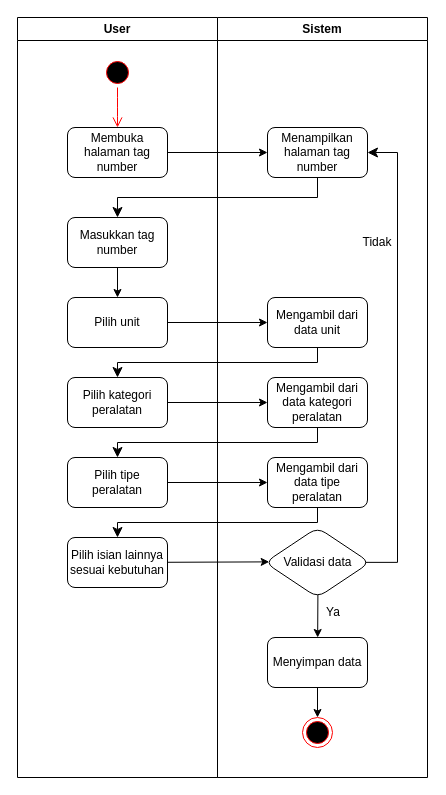
The draw.io diagram DOKUMENTASI IDMS/tag number/tambahtagnumber.drawio in rismanrhz/idms, before the edit. Source tidied: cells renumbered, new cells numbered last; positions are measured from the earlier drawing's top-left corner, leaving out a move shared by most shapes. Both pictures are drawn from the tidied source at 100%, with x=0, y=0 at pixel (17, 17).
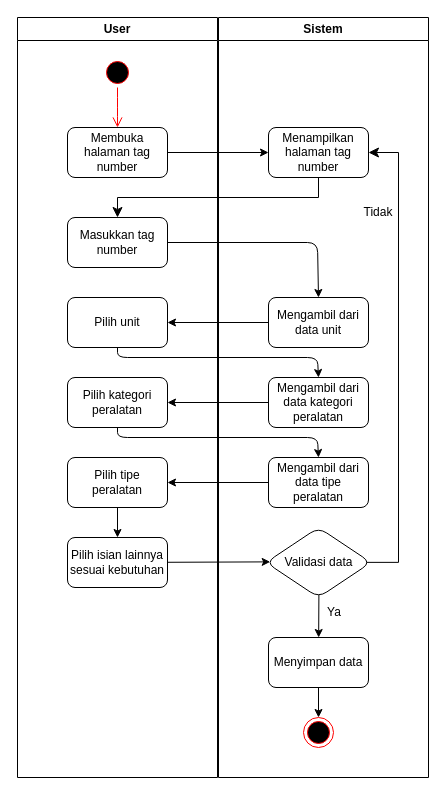
After the change.

The change refers to these unchanged cells:
```xml
<mxCell id="2" value="User" style="swimlane;whiteSpace=wrap;html=1;" parent="1" vertex="1">
  <mxGeometry width="200" height="760" as="geometry" />
</mxCell>
<mxCell id="7" value="Masukkan tag number" style="rounded=1;whiteSpace=wrap;html=1;" parent="2" vertex="1">
  <mxGeometry x="50" y="200" width="100" height="50" as="geometry" />
</mxCell>
<mxCell id="8" value="Pilih unit" style="rounded=1;whiteSpace=wrap;html=1;" parent="2" vertex="1">
  <mxGeometry x="50" y="280" width="100" height="50" as="geometry" />
</mxCell>
<mxCell id="9" value="Pilih kategori peralatan" style="rounded=1;whiteSpace=wrap;html=1;" parent="2" vertex="1">
  <mxGeometry x="50" y="360" width="100" height="50" as="geometry" />
</mxCell>
<mxCell id="10" value="Pilih tipe peralatan" style="rounded=1;whiteSpace=wrap;html=1;" parent="2" vertex="1">
  <mxGeometry x="50" y="440" width="100" height="50" as="geometry" />
</mxCell>
<mxCell id="11" value="Pilih isian lainnya sesuai kebutuhan" style="rounded=1;whiteSpace=wrap;html=1;" parent="2" vertex="1">
  <mxGeometry x="50" y="520" width="100" height="50" as="geometry" />
</mxCell>
<mxCell id="14" value="Mengambil dari data unit" style="rounded=1;whiteSpace=wrap;html=1;" parent="12" vertex="1">
  <mxGeometry x="50" y="280" width="100" height="50" as="geometry" />
</mxCell>
<mxCell id="15" value="Mengambil dari data kategori peralatan" style="rounded=1;whiteSpace=wrap;html=1;" parent="12" vertex="1">
  <mxGeometry x="50" y="360" width="100" height="50" as="geometry" />
</mxCell>
<mxCell id="16" value="Mengambil dari data tipe peralatan" style="rounded=1;whiteSpace=wrap;html=1;" parent="12" vertex="1">
  <mxGeometry x="50" y="440" width="100" height="50" as="geometry" />
</mxCell>
```

Change to the diagram source:
```diff
@@
-    <mxCell id="6" style="edgeStyle=none;html=1;" parent="2" edge="1" source="7" target="8">
-      <mxGeometry relative="1" as="geometry" />
-    </mxCell>
@@
+    <mxCell id="34" style="edgeStyle=none;html=1;" parent="2" edge="1" source="10" target="11">
+      <mxGeometry relative="1" as="geometry" />
+    </mxCell>
@@
     <mxCell id="12" value="Sistem" style="swimlane;whiteSpace=wrap;html=1;" parent="1" vertex="1">
-      <mxGeometry x="200" width="210" height="760" as="geometry" />
+      <mxGeometry x="201" width="210" height="760" as="geometry" />
     </mxCell>
@@
     <mxCell id="20" value="Tidak" style="text;html=1;align=center;verticalAlign=middle;whiteSpace=wrap;rounded=0;" parent="12" vertex="1">
-      <mxGeometry x="130" y="210" width="60" height="30" as="geometry" />
+      <mxGeometry x="130" y="180" width="60" height="30" as="geometry" />
     </mxCell>
@@
-    <mxCell id="27" style="edgeStyle=none;html=1;exitX=1;exitY=0.5;exitDx=0;exitDy=0;" parent="1" edge="1" source="8" target="14">
-      <mxGeometry relative="1" as="geometry" />
-    </mxCell>
-    <mxCell id="28" style="edgeStyle=none;html=1;" parent="1" edge="1" source="9" target="15">
-      <mxGeometry relative="1" as="geometry" />
-    </mxCell>
-    <mxCell id="29" style="edgeStyle=none;html=1;" parent="1" edge="1" source="10" target="16">
-      <mxGeometry relative="1" as="geometry" />
-    </mxCell>
@@
-    <mxCell id="31" style="edgeStyle=elbowEdgeStyle;elbow=vertical;endArrow=classic;html=1;curved=0;rounded=0;endSize=8;startSize=8;exitX=0.5;exitY=1;exitDx=0;exitDy=0;entryX=0.5;entryY=0;entryDx=0;entryDy=0;" parent="1" edge="1" source="14" target="9">
-      <mxGeometry relative="1" as="geometry" />
-    </mxCell>
-    <mxCell id="32" style="edgeStyle=elbowEdgeStyle;elbow=vertical;endArrow=classic;html=1;curved=0;rounded=0;endSize=8;startSize=8;entryX=0.5;entryY=0;entryDx=0;entryDy=0;exitX=0.5;exitY=1;exitDx=0;exitDy=0;" parent="1" edge="1" source="15" target="10">
-      <mxGeometry relative="1" as="geometry" />
-    </mxCell>
-    <mxCell id="33" style="edgeStyle=elbowEdgeStyle;elbow=vertical;endArrow=classic;html=1;curved=0;rounded=0;endSize=8;startSize=8;entryX=0.5;entryY=0;entryDx=0;entryDy=0;exitX=0.5;exitY=1;exitDx=0;exitDy=0;" parent="1" edge="1" source="16" target="11">
-      <mxGeometry relative="1" as="geometry" />
-    </mxCell>
+    <mxCell id="6" style="edgeStyle=none;html=1;entryX=0.5;entryY=0;entryDx=0;entryDy=0;exitX=1;exitY=0.5;exitDx=0;exitDy=0;" parent="1" edge="1" source="7" target="14">
+      <mxGeometry relative="1" as="geometry">
+        <Array as="points">
+          <mxPoint x="300" y="225" />
+        </Array>
+      </mxGeometry>
+    </mxCell>
+    <mxCell id="35" style="edgeStyle=none;html=1;" parent="1" edge="1" source="14" target="8">
+      <mxGeometry relative="1" as="geometry" />
+    </mxCell>
+    <mxCell id="36" style="edgeStyle=none;html=1;" parent="1" edge="1" source="15" target="9">
+      <mxGeometry relative="1" as="geometry" />
+    </mxCell>
+    <mxCell id="37" style="edgeStyle=none;html=1;" parent="1" edge="1" source="16" target="10">
+      <mxGeometry relative="1" as="geometry" />
+    </mxCell>
+    <mxCell id="38" style="edgeStyle=none;html=1;exitX=0.5;exitY=1;exitDx=0;exitDy=0;entryX=0.5;entryY=0;entryDx=0;entryDy=0;" parent="1" edge="1" source="8" target="15">
+      <mxGeometry relative="1" as="geometry">
+        <Array as="points">
+          <mxPoint x="100" y="340" />
+          <mxPoint x="300" y="340" />
+        </Array>
+      </mxGeometry>
+    </mxCell>
+    <mxCell id="39" style="edgeStyle=none;html=1;exitX=0.5;exitY=1;exitDx=0;exitDy=0;entryX=0.5;entryY=0;entryDx=0;entryDy=0;" parent="1" edge="1" source="9" target="16">
+      <mxGeometry relative="1" as="geometry">
+        <Array as="points">
+          <mxPoint x="100" y="420" />
+          <mxPoint x="300" y="420" />
+        </Array>
+      </mxGeometry>
+    </mxCell>
```
